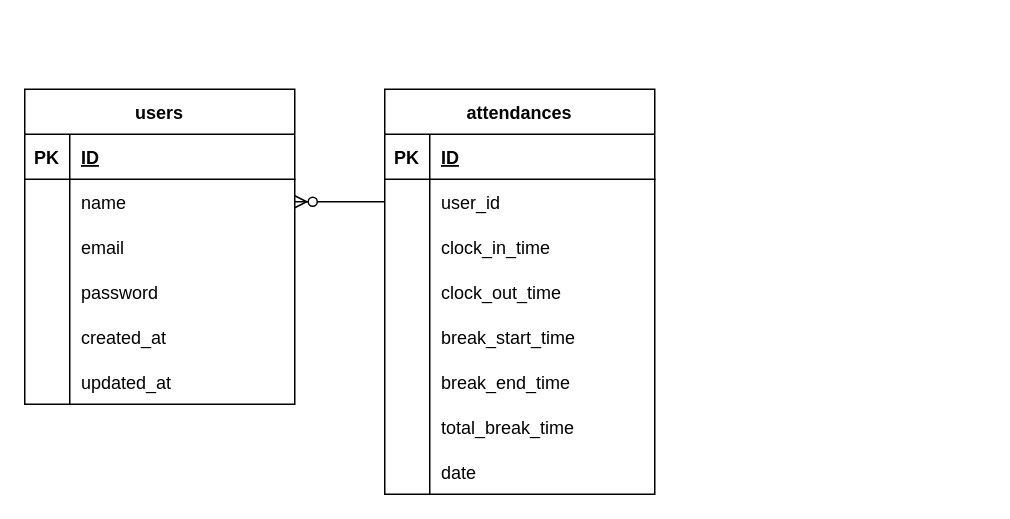
The draw.io diagram src/er.dio in sakanadaketabetetai/attendance, before the edit. Source tidied: cells renumbered, new cells numbered last; positions are measured from the earlier drawing's top-left corner, leaving out a move shared by most shapes. Both pictures are drawn from the tidied source at 150%, with x=0, y=0 at pixel (24, 88).
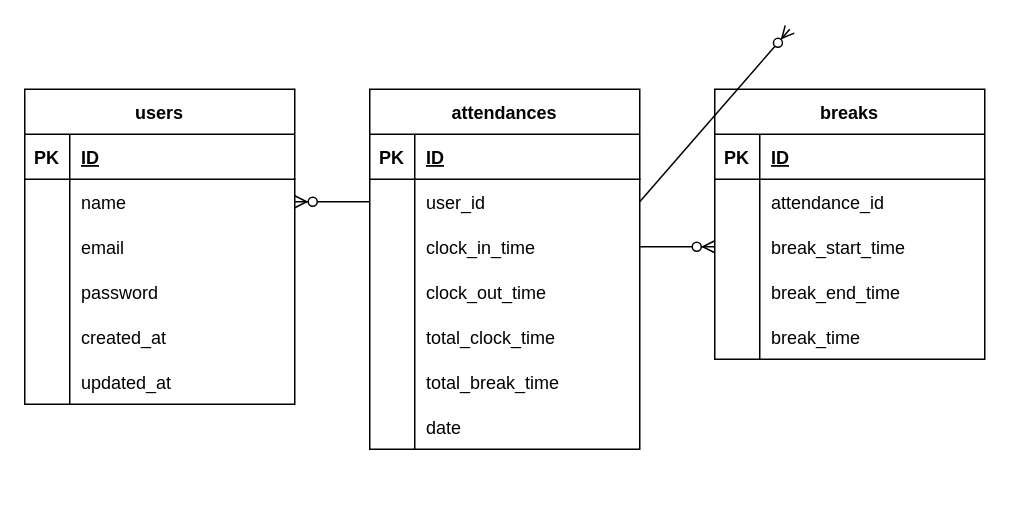
The same diagram, later.

The change refers to these unchanged cells:
```xml
<mxCell id="25" style="shape=tableRow;horizontal=0;startSize=0;swimlaneHead=0;swimlaneBody=0;fillColor=none;points=[[0,0.5],[1,0.5]];portConstraint=eastwest;top=0;left=0;right=0;bottom=0;" parent="21" vertex="1">
  <mxGeometry y="60" width="180" height="30" as="geometry" />
</mxCell>
```

What changed in the source:
```diff
@@
     <mxCell id="21" value="attendances" style="shape=table;startSize=30;childLayout=tableLayout;rowLines=0;fontStyle=1;align=center;" parent="1" vertex="1">
-      <mxGeometry x="240" width="180" height="270" as="geometry" />
+      <mxGeometry x="230" width="180" height="240" as="geometry" />
     </mxCell>
@@
-    <mxCell id="28" style="shape=tableRow;horizontal=0;startSize=0;swimlaneHead=0;swimlaneBody=0;fillColor=none;top=0;left=0;right=0;bottom=0;" parent="21" vertex="1">
-      <mxGeometry y="90" width="180" height="30" as="geometry" />
-    </mxCell>
-    <mxCell id="29" style="shape=partialRectangle;fillColor=none;top=0;left=0;bottom=0;right=0;overflow=hidden;" parent="28" vertex="1">
-      <mxGeometry width="30" height="30" as="geometry" />
-    </mxCell>
+    <mxCell id="47" style="shape=tableRow;horizontal=0;startSize=0;swimlaneHead=0;swimlaneBody=0;fillColor=none;points=[[0,0.5],[1,0.5]];portConstraint=eastwest;top=0;left=0;right=0;bottom=0;" parent="21" vertex="1">
+      <mxGeometry y="90" width="180" height="30" as="geometry" />
+    </mxCell>
+    <mxCell id="48" style="shape=partialRectangle;fillColor=none;top=0;left=0;bottom=0;right=0;overflow=hidden;" parent="47" vertex="1">
+      <mxGeometry width="30" height="30" as="geometry" />
+    </mxCell>
-    <mxCell id="30" value="clock_in_time" style="shape=partialRectangle;fillColor=none;top=0;left=0;bottom=0;right=0;align=left;spacingLeft=6;overflow=hidden;" parent="28" vertex="1">
+    <mxCell id="30" value="clock_in_time" style="shape=partialRectangle;fillColor=none;top=0;left=0;bottom=0;right=0;align=left;spacingLeft=6;overflow=hidden;" parent="47" vertex="1">
       <mxGeometry x="30" width="150" height="30" as="geometry" />
     </mxCell>
@@
-    <mxCell id="34" style="shape=tableRow;horizontal=0;startSize=0;swimlaneHead=0;swimlaneBody=0;fillColor=none;top=0;left=0;right=0;bottom=0;" parent="21" vertex="1">
-      <mxGeometry y="150" width="180" height="30" as="geometry" />
-    </mxCell>
-    <mxCell id="35" style="shape=partialRectangle;fillColor=none;top=0;left=0;bottom=0;right=0;overflow=hidden;" parent="34" vertex="1">
-      <mxGeometry width="30" height="30" as="geometry" />
-    </mxCell>
-    <mxCell id="36" value="break_start_time" style="shape=partialRectangle;fillColor=none;top=0;left=0;bottom=0;right=0;align=left;spacingLeft=6;overflow=hidden;" parent="34" vertex="1">
-      <mxGeometry x="30" width="150" height="30" as="geometry" />
-    </mxCell>
     <mxCell id="37" style="shape=tableRow;horizontal=0;startSize=0;swimlaneHead=0;swimlaneBody=0;fillColor=none;top=0;left=0;right=0;bottom=0;" parent="21" vertex="1">
-      <mxGeometry y="180" width="180" height="30" as="geometry" />
+      <mxGeometry y="150" width="180" height="30" as="geometry" />
     </mxCell>
@@
-    <mxCell id="39" value="break_end_time" style="shape=partialRectangle;fillColor=none;top=0;left=0;bottom=0;right=0;align=left;spacingLeft=6;overflow=hidden;" parent="37" vertex="1">
+    <mxCell id="39" value="total_clock_time" style="shape=partialRectangle;fillColor=none;top=0;left=0;bottom=0;right=0;align=left;spacingLeft=6;overflow=hidden;" parent="37" vertex="1">
       <mxGeometry x="30" width="150" height="30" as="geometry" />
     </mxCell>
     <mxCell id="40" style="shape=tableRow;horizontal=0;startSize=0;swimlaneHead=0;swimlaneBody=0;fillColor=none;top=0;left=0;right=0;bottom=0;" parent="21" vertex="1">
-      <mxGeometry y="210" width="180" height="30" as="geometry" />
+      <mxGeometry y="180" width="180" height="30" as="geometry" />
     </mxCell>
@@
     <mxCell id="43" style="shape=tableRow;horizontal=0;startSize=0;swimlaneHead=0;swimlaneBody=0;fillColor=none;top=0;left=0;right=0;bottom=0;" parent="21" vertex="1">
-      <mxGeometry y="240" width="180" height="30" as="geometry" />
+      <mxGeometry y="210" width="180" height="30" as="geometry" />
     </mxCell>
@@
+    <mxCell id="49" value="breaks" style="shape=table;startSize=30;childLayout=tableLayout;rowLines=0;fontStyle=1;align=center;" parent="1" vertex="1">
+      <mxGeometry x="460" width="180" height="180" as="geometry" />
+    </mxCell>
+    <mxCell id="50" style="shape=tableRow;horizontal=0;startSize=0;swimlaneHead=0;swimlaneBody=0;fillColor=none;top=0;left=0;right=0;bottom=1;" parent="49" vertex="1">
+      <mxGeometry y="30" width="180" height="30" as="geometry" />
+    </mxCell>
+    <mxCell id="51" value="PK" style="shape=partialRectangle;fillColor=none;top=0;left=0;bottom=0;right=0;fontStyle=1;overflow=hidden;" parent="50" vertex="1">
+      <mxGeometry width="30" height="30" as="geometry" />
+    </mxCell>
+    <mxCell id="52" value="ID" style="shape=partialRectangle;fillColor=none;top=0;left=0;bottom=0;right=0;align=left;spacingLeft=6;fontStyle=5;overflow=hidden;" parent="50" vertex="1">
+      <mxGeometry x="30" width="150" height="30" as="geometry" />
+    </mxCell>
+    <mxCell id="53" style="shape=tableRow;horizontal=0;startSize=0;swimlaneHead=0;swimlaneBody=0;fillColor=none;top=0;left=0;right=0;bottom=0;" parent="49" vertex="1">
+      <mxGeometry y="60" width="180" height="30" as="geometry" />
+    </mxCell>
+    <mxCell id="54" style="shape=partialRectangle;fillColor=none;top=0;left=0;bottom=0;right=0;overflow=hidden;" parent="53" vertex="1">
+      <mxGeometry width="30" height="30" as="geometry" />
+    </mxCell>
+    <mxCell id="55" value="attendance_id" style="shape=partialRectangle;fillColor=none;top=0;left=0;bottom=0;right=0;align=left;spacingLeft=6;overflow=hidden;" parent="53" vertex="1">
+      <mxGeometry x="30" width="150" height="30" as="geometry" />
+    </mxCell>
+    <mxCell id="56" style="shape=tableRow;horizontal=0;startSize=0;swimlaneHead=0;swimlaneBody=0;fillColor=none;points=[[0,0.5],[1,0.5]];portConstraint=eastwest;top=0;left=0;right=0;bottom=0;" parent="49" vertex="1">
+      <mxGeometry y="90" width="180" height="30" as="geometry" />
+    </mxCell>
+    <mxCell id="57" style="shape=partialRectangle;fillColor=none;top=0;left=0;bottom=0;right=0;overflow=hidden;" parent="56" vertex="1">
+      <mxGeometry width="30" height="30" as="geometry" />
+    </mxCell>
+    <mxCell id="36" value="break_start_time" style="shape=partialRectangle;fillColor=none;top=0;left=0;bottom=0;right=0;align=left;spacingLeft=6;overflow=hidden;" parent="56" vertex="1">
+      <mxGeometry x="30" width="150" height="30" as="geometry" />
+    </mxCell>
+    <mxCell id="58" style="shape=tableRow;horizontal=0;startSize=0;swimlaneHead=0;swimlaneBody=0;fillColor=none;top=0;left=0;right=0;bottom=0;" parent="49" vertex="1">
+      <mxGeometry y="120" width="180" height="30" as="geometry" />
+    </mxCell>
+    <mxCell id="59" style="shape=partialRectangle;fillColor=none;top=0;left=0;bottom=0;right=0;overflow=hidden;" parent="58" vertex="1">
+      <mxGeometry width="30" height="30" as="geometry" />
+    </mxCell>
+    <mxCell id="60" value="break_end_time" style="shape=partialRectangle;fillColor=none;top=0;left=0;bottom=0;right=0;align=left;spacingLeft=6;overflow=hidden;" parent="58" vertex="1">
+      <mxGeometry x="30" width="150" height="30" as="geometry" />
+    </mxCell>
+    <mxCell id="34" style="shape=tableRow;horizontal=0;startSize=0;swimlaneHead=0;swimlaneBody=0;fillColor=none;top=0;left=0;right=0;bottom=0;" parent="49" vertex="1">
+      <mxGeometry y="150" width="180" height="30" as="geometry" />
+    </mxCell>
+    <mxCell id="61" style="shape=partialRectangle;fillColor=none;top=0;left=0;bottom=0;right=0;overflow=hidden;" parent="34" vertex="1">
+      <mxGeometry width="30" height="30" as="geometry" />
+    </mxCell>
+    <mxCell id="62" value="break_time" style="shape=partialRectangle;fillColor=none;top=0;left=0;bottom=0;right=0;align=left;spacingLeft=6;overflow=hidden;" parent="34" vertex="1">
+      <mxGeometry x="30" width="150" height="30" as="geometry" />
+    </mxCell>
+    <mxCell id="63" style="fontSize=12;html=1;endArrow=ERzeroToMany;endFill=1;exitX=1;exitY=0.5;exitDx=0;exitDy=0;entryX=0;entryY=0.5;entryDx=0;entryDy=0;" parent="1" edge="1" source="25">
+      <mxGeometry relative="1" as="geometry">
+        <mxPoint x="510" y="-40" as="targetPoint" />
+      </mxGeometry>
+    </mxCell>
+    <mxCell id="64" style="fontSize=12;html=1;endArrow=ERzeroToMany;endFill=1;entryX=0;entryY=0.5;entryDx=0;entryDy=0;exitX=1;exitY=0.5;exitDx=0;exitDy=0;" parent="1" edge="1" source="47" target="56">
+      <mxGeometry relative="1" as="geometry" />
+    </mxCell>
```
